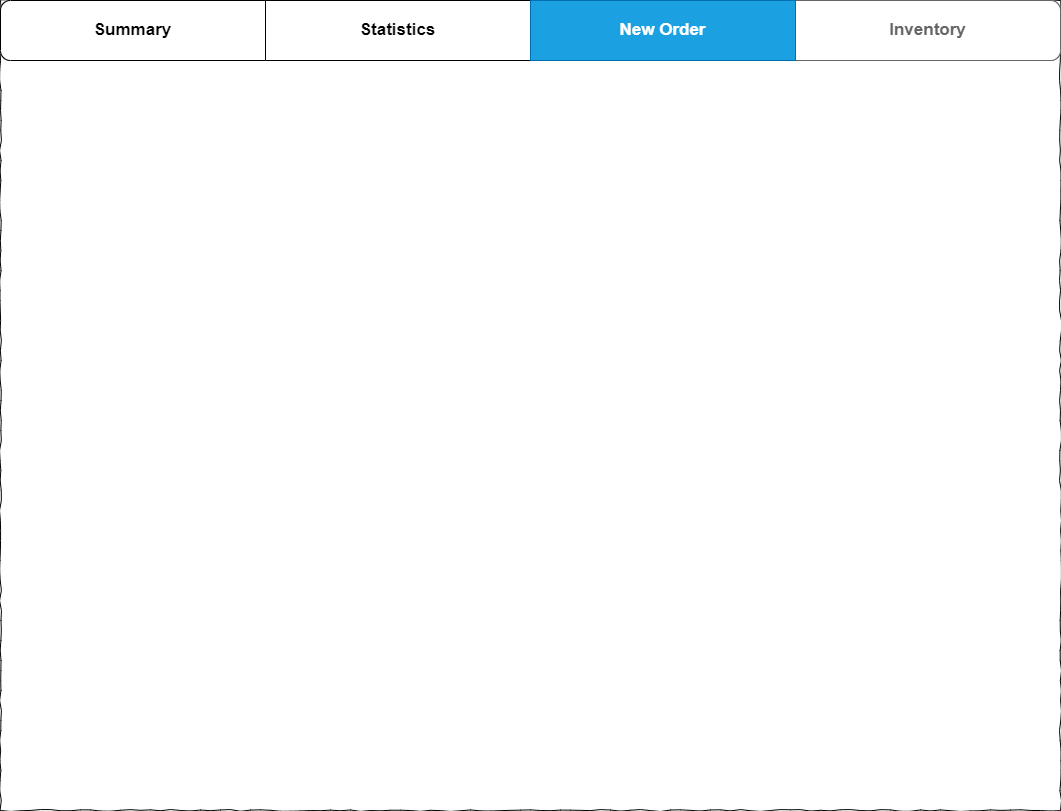
The draw.io diagram NewOrderScreenWireframe.png in aidie8/QT-PilotProgram, before a commit. Source tidied: cells renumbered, new cells last; positions are measured from the earlier drawing's top-left corner, leaving out a move shared by most shapes.
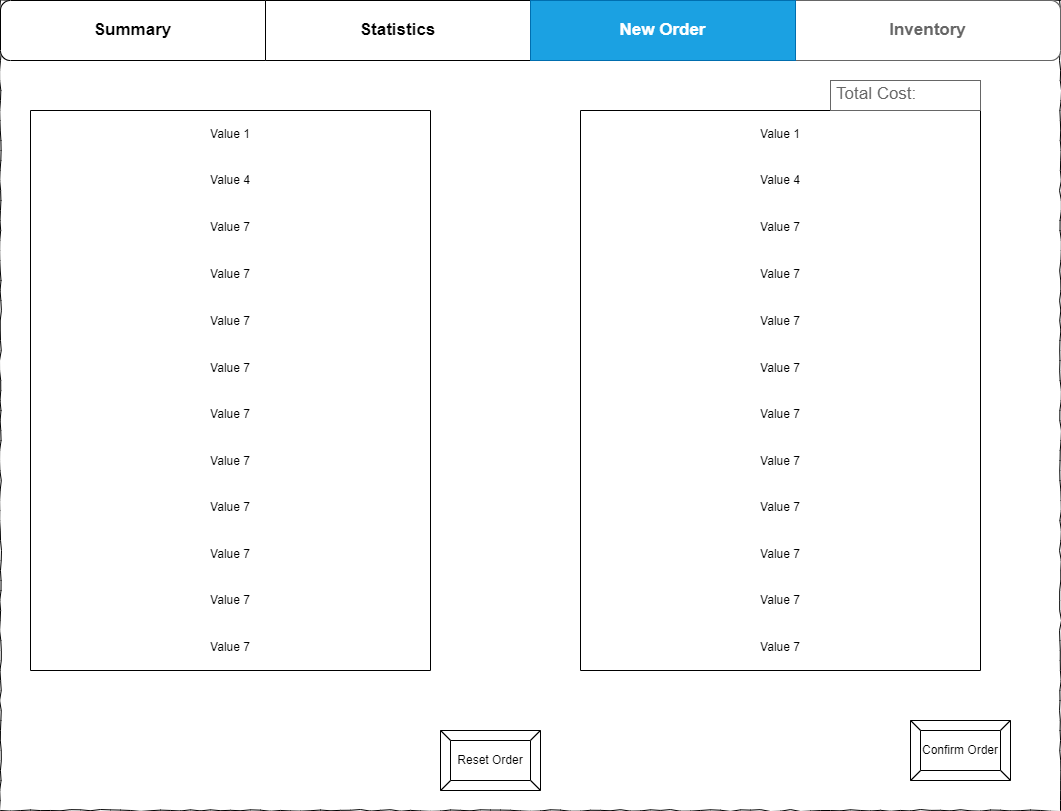
After the change.

The edit, as a diff of the source:
```diff
@@ -26,5 +26,164 @@
         <mxPoint x="530" as="offset" />
       </mxGeometry>
     </mxCell>
+    <mxCell id="8" style="shape=table;html=1;whiteSpace=wrap;startSize=0;columnLines=0;rowLines=0;fontSize=16;strokeColor=default;" parent="1" vertex="1">
+      <mxGeometry x="30" y="110" width="400" height="560" as="geometry" />
+    </mxCell>
+    <mxCell id="9" style="shape=tableRow;horizontal=0;startSize=0;swimlaneHead=0;swimlaneBody=0;top=0;left=0;bottom=0;right=0;fillColor=none;fontSize=16;strokeColor=inherit;" parent="8" vertex="1">
+      <mxGeometry width="400" height="47" as="geometry" />
+    </mxCell>
+    <mxCell id="10" value="Value 1" style="shape=partialRectangle;html=1;whiteSpace=wrap;fillColor=none;top=0;left=0;bottom=0;right=0;overflow=hidden;fontSize=12;strokeColor=inherit;" parent="9" vertex="1">
+      <mxGeometry width="400" height="47" as="geometry" />
+    </mxCell>
+    <mxCell id="11" style="shape=tableRow;horizontal=0;startSize=0;swimlaneHead=0;swimlaneBody=0;top=0;left=0;bottom=0;right=0;fillColor=none;fontSize=16;strokeColor=inherit;" parent="8" vertex="1">
+      <mxGeometry y="47" width="400" height="46" as="geometry" />
+    </mxCell>
+    <mxCell id="12" value="Value 4" style="shape=partialRectangle;html=1;whiteSpace=wrap;fillColor=none;top=0;left=0;bottom=0;right=0;overflow=hidden;fontSize=12;strokeColor=inherit;" parent="11" vertex="1">
+      <mxGeometry width="400" height="46" as="geometry" />
+    </mxCell>
+    <mxCell id="13" style="shape=tableRow;horizontal=0;startSize=0;swimlaneHead=0;swimlaneBody=0;top=0;left=0;bottom=0;right=0;fillColor=none;fontSize=16;strokeColor=inherit;" parent="8" vertex="1">
+      <mxGeometry y="93" width="400" height="47" as="geometry" />
+    </mxCell>
+    <mxCell id="14" value="Value 7" style="shape=partialRectangle;html=1;whiteSpace=wrap;fillColor=none;top=0;left=0;bottom=0;right=0;overflow=hidden;fontSize=12;strokeColor=inherit;" parent="13" vertex="1">
+      <mxGeometry width="400" height="47" as="geometry" />
+    </mxCell>
+    <mxCell id="15" style="shape=tableRow;horizontal=0;startSize=0;swimlaneHead=0;swimlaneBody=0;top=0;left=0;bottom=0;right=0;fillColor=none;fontSize=16;strokeColor=inherit;" parent="8" vertex="1">
+      <mxGeometry y="140" width="400" height="47" as="geometry" />
+    </mxCell>
+    <mxCell id="16" value="Value 7" style="shape=partialRectangle;html=1;whiteSpace=wrap;fillColor=none;top=0;left=0;bottom=0;right=0;overflow=hidden;fontSize=12;strokeColor=inherit;" parent="15" vertex="1">
+      <mxGeometry width="400" height="47" as="geometry" />
+    </mxCell>
+    <mxCell id="17" style="shape=tableRow;horizontal=0;startSize=0;swimlaneHead=0;swimlaneBody=0;top=0;left=0;bottom=0;right=0;fillColor=none;fontSize=16;strokeColor=inherit;" parent="8" vertex="1">
+      <mxGeometry y="187" width="400" height="47" as="geometry" />
+    </mxCell>
+    <mxCell id="18" value="Value 7" style="shape=partialRectangle;html=1;whiteSpace=wrap;fillColor=none;top=0;left=0;bottom=0;right=0;overflow=hidden;fontSize=12;strokeColor=inherit;" parent="17" vertex="1">
+      <mxGeometry width="400" height="47" as="geometry" />
+    </mxCell>
+    <mxCell id="19" style="shape=tableRow;horizontal=0;startSize=0;swimlaneHead=0;swimlaneBody=0;top=0;left=0;bottom=0;right=0;fillColor=none;fontSize=16;strokeColor=inherit;" parent="8" vertex="1">
+      <mxGeometry y="234" width="400" height="47" as="geometry" />
+    </mxCell>
+    <mxCell id="20" value="Value 7" style="shape=partialRectangle;html=1;whiteSpace=wrap;fillColor=none;top=0;left=0;bottom=0;right=0;overflow=hidden;fontSize=12;strokeColor=inherit;" parent="19" vertex="1">
+      <mxGeometry width="400" height="47" as="geometry" />
+    </mxCell>
+    <mxCell id="21" style="shape=tableRow;horizontal=0;startSize=0;swimlaneHead=0;swimlaneBody=0;top=0;left=0;bottom=0;right=0;fillColor=none;fontSize=16;strokeColor=inherit;" parent="8" vertex="1">
+      <mxGeometry y="281" width="400" height="46" as="geometry" />
+    </mxCell>
+    <mxCell id="22" value="Value 7" style="shape=partialRectangle;html=1;whiteSpace=wrap;fillColor=none;top=0;left=0;bottom=0;right=0;overflow=hidden;fontSize=12;strokeColor=inherit;" parent="21" vertex="1">
+      <mxGeometry width="400" height="46" as="geometry" />
+    </mxCell>
+    <mxCell id="23" style="shape=tableRow;horizontal=0;startSize=0;swimlaneHead=0;swimlaneBody=0;top=0;left=0;bottom=0;right=0;fillColor=none;fontSize=16;strokeColor=inherit;" parent="8" vertex="1">
+      <mxGeometry y="327" width="400" height="47" as="geometry" />
+    </mxCell>
+    <mxCell id="24" value="Value 7" style="shape=partialRectangle;html=1;whiteSpace=wrap;fillColor=none;top=0;left=0;bottom=0;right=0;overflow=hidden;fontSize=12;strokeColor=inherit;" parent="23" vertex="1">
+      <mxGeometry width="400" height="47" as="geometry" />
+    </mxCell>
+    <mxCell id="25" style="shape=tableRow;horizontal=0;startSize=0;swimlaneHead=0;swimlaneBody=0;top=0;left=0;bottom=0;right=0;fillColor=none;fontSize=16;strokeColor=inherit;" parent="8" vertex="1">
+      <mxGeometry y="374" width="400" height="46" as="geometry" />
+    </mxCell>
+    <mxCell id="26" value="Value 7" style="shape=partialRectangle;html=1;whiteSpace=wrap;fillColor=none;top=0;left=0;bottom=0;right=0;overflow=hidden;fontSize=12;strokeColor=inherit;" parent="25" vertex="1">
+      <mxGeometry width="400" height="46" as="geometry" />
+    </mxCell>
+    <mxCell id="27" style="shape=tableRow;horizontal=0;startSize=0;swimlaneHead=0;swimlaneBody=0;top=0;left=0;bottom=0;right=0;fillColor=none;fontSize=16;strokeColor=inherit;" parent="8" vertex="1">
+      <mxGeometry y="420" width="400" height="47" as="geometry" />
+    </mxCell>
+    <mxCell id="28" value="Value 7" style="shape=partialRectangle;html=1;whiteSpace=wrap;fillColor=none;top=0;left=0;bottom=0;right=0;overflow=hidden;fontSize=12;strokeColor=inherit;" parent="27" vertex="1">
+      <mxGeometry width="400" height="47" as="geometry" />
+    </mxCell>
+    <mxCell id="29" style="shape=tableRow;horizontal=0;startSize=0;swimlaneHead=0;swimlaneBody=0;top=0;left=0;bottom=0;right=0;fillColor=none;fontSize=16;strokeColor=inherit;" parent="8" vertex="1">
+      <mxGeometry y="467" width="400" height="46" as="geometry" />
+    </mxCell>
+    <mxCell id="30" value="Value 7" style="shape=partialRectangle;html=1;whiteSpace=wrap;fillColor=none;top=0;left=0;bottom=0;right=0;overflow=hidden;fontSize=12;strokeColor=inherit;" parent="29" vertex="1">
+      <mxGeometry width="400" height="46" as="geometry" />
+    </mxCell>
+    <mxCell id="31" style="shape=tableRow;horizontal=0;startSize=0;swimlaneHead=0;swimlaneBody=0;top=0;left=0;bottom=0;right=0;fillColor=none;fontSize=16;strokeColor=inherit;" parent="8" vertex="1">
+      <mxGeometry y="513" width="400" height="47" as="geometry" />
+    </mxCell>
+    <mxCell id="32" value="Value 7" style="shape=partialRectangle;html=1;whiteSpace=wrap;fillColor=none;top=0;left=0;bottom=0;right=0;overflow=hidden;fontSize=12;strokeColor=inherit;" parent="31" vertex="1">
+      <mxGeometry width="400" height="47" as="geometry" />
+    </mxCell>
+    <mxCell id="33" style="shape=table;html=1;whiteSpace=wrap;startSize=0;columnLines=0;rowLines=0;fontSize=16;strokeColor=default;" parent="1" vertex="1">
+      <mxGeometry x="580" y="110" width="400" height="560" as="geometry" />
+    </mxCell>
+    <mxCell id="34" style="shape=tableRow;horizontal=0;startSize=0;swimlaneHead=0;swimlaneBody=0;top=0;left=0;bottom=0;right=0;fillColor=none;fontSize=16;strokeColor=inherit;" parent="33" vertex="1">
+      <mxGeometry width="400" height="47" as="geometry" />
+    </mxCell>
+    <mxCell id="35" value="Value 1" style="shape=partialRectangle;html=1;whiteSpace=wrap;fillColor=none;top=0;left=0;bottom=0;right=0;overflow=hidden;fontSize=12;strokeColor=inherit;" parent="34" vertex="1">
+      <mxGeometry width="400" height="47" as="geometry" />
+    </mxCell>
+    <mxCell id="36" style="shape=tableRow;horizontal=0;startSize=0;swimlaneHead=0;swimlaneBody=0;top=0;left=0;bottom=0;right=0;fillColor=none;fontSize=16;strokeColor=inherit;" parent="33" vertex="1">
+      <mxGeometry y="47" width="400" height="46" as="geometry" />
+    </mxCell>
+    <mxCell id="37" value="Value 4" style="shape=partialRectangle;html=1;whiteSpace=wrap;fillColor=none;top=0;left=0;bottom=0;right=0;overflow=hidden;fontSize=12;strokeColor=inherit;" parent="36" vertex="1">
+      <mxGeometry width="400" height="46" as="geometry" />
+    </mxCell>
+    <mxCell id="38" style="shape=tableRow;horizontal=0;startSize=0;swimlaneHead=0;swimlaneBody=0;top=0;left=0;bottom=0;right=0;fillColor=none;fontSize=16;strokeColor=inherit;" parent="33" vertex="1">
+      <mxGeometry y="93" width="400" height="47" as="geometry" />
+    </mxCell>
+    <mxCell id="39" value="Value 7" style="shape=partialRectangle;html=1;whiteSpace=wrap;fillColor=none;top=0;left=0;bottom=0;right=0;overflow=hidden;fontSize=12;strokeColor=inherit;" parent="38" vertex="1">
+      <mxGeometry width="400" height="47" as="geometry" />
+    </mxCell>
+    <mxCell id="40" style="shape=tableRow;horizontal=0;startSize=0;swimlaneHead=0;swimlaneBody=0;top=0;left=0;bottom=0;right=0;fillColor=none;fontSize=16;strokeColor=inherit;" parent="33" vertex="1">
+      <mxGeometry y="140" width="400" height="47" as="geometry" />
+    </mxCell>
+    <mxCell id="41" value="Value 7" style="shape=partialRectangle;html=1;whiteSpace=wrap;fillColor=none;top=0;left=0;bottom=0;right=0;overflow=hidden;fontSize=12;strokeColor=inherit;" parent="40" vertex="1">
+      <mxGeometry width="400" height="47" as="geometry" />
+    </mxCell>
+    <mxCell id="42" style="shape=tableRow;horizontal=0;startSize=0;swimlaneHead=0;swimlaneBody=0;top=0;left=0;bottom=0;right=0;fillColor=none;fontSize=16;strokeColor=inherit;" parent="33" vertex="1">
+      <mxGeometry y="187" width="400" height="47" as="geometry" />
+    </mxCell>
+    <mxCell id="43" value="Value 7" style="shape=partialRectangle;html=1;whiteSpace=wrap;fillColor=none;top=0;left=0;bottom=0;right=0;overflow=hidden;fontSize=12;strokeColor=inherit;" parent="42" vertex="1">
+      <mxGeometry width="400" height="47" as="geometry" />
+    </mxCell>
+    <mxCell id="44" style="shape=tableRow;horizontal=0;startSize=0;swimlaneHead=0;swimlaneBody=0;top=0;left=0;bottom=0;right=0;fillColor=none;fontSize=16;strokeColor=inherit;" parent="33" vertex="1">
+      <mxGeometry y="234" width="400" height="47" as="geometry" />
+    </mxCell>
+    <mxCell id="45" value="Value 7" style="shape=partialRectangle;html=1;whiteSpace=wrap;fillColor=none;top=0;left=0;bottom=0;right=0;overflow=hidden;fontSize=12;strokeColor=inherit;" parent="44" vertex="1">
+      <mxGeometry width="400" height="47" as="geometry" />
+    </mxCell>
+    <mxCell id="46" style="shape=tableRow;horizontal=0;startSize=0;swimlaneHead=0;swimlaneBody=0;top=0;left=0;bottom=0;right=0;fillColor=none;fontSize=16;strokeColor=inherit;" parent="33" vertex="1">
+      <mxGeometry y="281" width="400" height="46" as="geometry" />
+    </mxCell>
+    <mxCell id="47" value="Value 7" style="shape=partialRectangle;html=1;whiteSpace=wrap;fillColor=none;top=0;left=0;bottom=0;right=0;overflow=hidden;fontSize=12;strokeColor=inherit;" parent="46" vertex="1">
+      <mxGeometry width="400" height="46" as="geometry" />
+    </mxCell>
+    <mxCell id="48" style="shape=tableRow;horizontal=0;startSize=0;swimlaneHead=0;swimlaneBody=0;top=0;left=0;bottom=0;right=0;fillColor=none;fontSize=16;strokeColor=inherit;" parent="33" vertex="1">
+      <mxGeometry y="327" width="400" height="47" as="geometry" />
+    </mxCell>
+    <mxCell id="49" value="Value 7" style="shape=partialRectangle;html=1;whiteSpace=wrap;fillColor=none;top=0;left=0;bottom=0;right=0;overflow=hidden;fontSize=12;strokeColor=inherit;" parent="48" vertex="1">
+      <mxGeometry width="400" height="47" as="geometry" />
+    </mxCell>
+    <mxCell id="50" style="shape=tableRow;horizontal=0;startSize=0;swimlaneHead=0;swimlaneBody=0;top=0;left=0;bottom=0;right=0;fillColor=none;fontSize=16;strokeColor=inherit;" parent="33" vertex="1">
+      <mxGeometry y="374" width="400" height="46" as="geometry" />
+    </mxCell>
+    <mxCell id="51" value="Value 7" style="shape=partialRectangle;html=1;whiteSpace=wrap;fillColor=none;top=0;left=0;bottom=0;right=0;overflow=hidden;fontSize=12;strokeColor=inherit;" parent="50" vertex="1">
+      <mxGeometry width="400" height="46" as="geometry" />
+    </mxCell>
+    <mxCell id="52" style="shape=tableRow;horizontal=0;startSize=0;swimlaneHead=0;swimlaneBody=0;top=0;left=0;bottom=0;right=0;fillColor=none;fontSize=16;strokeColor=inherit;" parent="33" vertex="1">
+      <mxGeometry y="420" width="400" height="47" as="geometry" />
+    </mxCell>
+    <mxCell id="53" value="Value 7" style="shape=partialRectangle;html=1;whiteSpace=wrap;fillColor=none;top=0;left=0;bottom=0;right=0;overflow=hidden;fontSize=12;strokeColor=inherit;" parent="52" vertex="1">
+      <mxGeometry width="400" height="47" as="geometry" />
+    </mxCell>
+    <mxCell id="54" style="shape=tableRow;horizontal=0;startSize=0;swimlaneHead=0;swimlaneBody=0;top=0;left=0;bottom=0;right=0;fillColor=none;fontSize=16;strokeColor=inherit;" parent="33" vertex="1">
+      <mxGeometry y="467" width="400" height="46" as="geometry" />
+    </mxCell>
+    <mxCell id="55" value="Value 7" style="shape=partialRectangle;html=1;whiteSpace=wrap;fillColor=none;top=0;left=0;bottom=0;right=0;overflow=hidden;fontSize=12;strokeColor=inherit;" parent="54" vertex="1">
+      <mxGeometry width="400" height="46" as="geometry" />
+    </mxCell>
+    <mxCell id="56" style="shape=tableRow;horizontal=0;startSize=0;swimlaneHead=0;swimlaneBody=0;top=0;left=0;bottom=0;right=0;fillColor=none;fontSize=16;strokeColor=inherit;" parent="33" vertex="1">
+      <mxGeometry y="513" width="400" height="47" as="geometry" />
+    </mxCell>
+    <mxCell id="57" value="Value 7" style="shape=partialRectangle;html=1;whiteSpace=wrap;fillColor=none;top=0;left=0;bottom=0;right=0;overflow=hidden;fontSize=12;strokeColor=inherit;" parent="56" vertex="1">
+      <mxGeometry width="400" height="47" as="geometry" />
+    </mxCell>
+    <mxCell id="58" value="Reset Order" style="labelPosition=center;verticalLabelPosition=middle;align=center;html=1;shape=mxgraph.basic.button;dx=10;whiteSpace=wrap;" parent="1" vertex="1">
+      <mxGeometry x="440" y="730" width="100" height="60" as="geometry" />
+    </mxCell>
+    <mxCell id="59" value="Confirm Order" style="labelPosition=center;verticalLabelPosition=middle;align=center;html=1;shape=mxgraph.basic.button;dx=10;whiteSpace=wrap;" parent="1" vertex="1">
+      <mxGeometry x="910" y="720" width="100" height="60" as="geometry" />
+    </mxCell>
+    <mxCell id="60" value="Total Cost:&amp;nbsp;" style="strokeWidth=1;shadow=0;dashed=0;align=center;html=1;shape=mxgraph.mockup.text.textBox;fontColor=#666666;align=left;fontSize=17;spacingLeft=4;spacingTop=-3;whiteSpace=wrap;strokeColor=#666666;mainText=;" parent="1" vertex="1">
+      <mxGeometry x="830" y="80" width="150" height="30" as="geometry" />
+    </mxCell>
   </root>
 </mxGraphModel>
```
